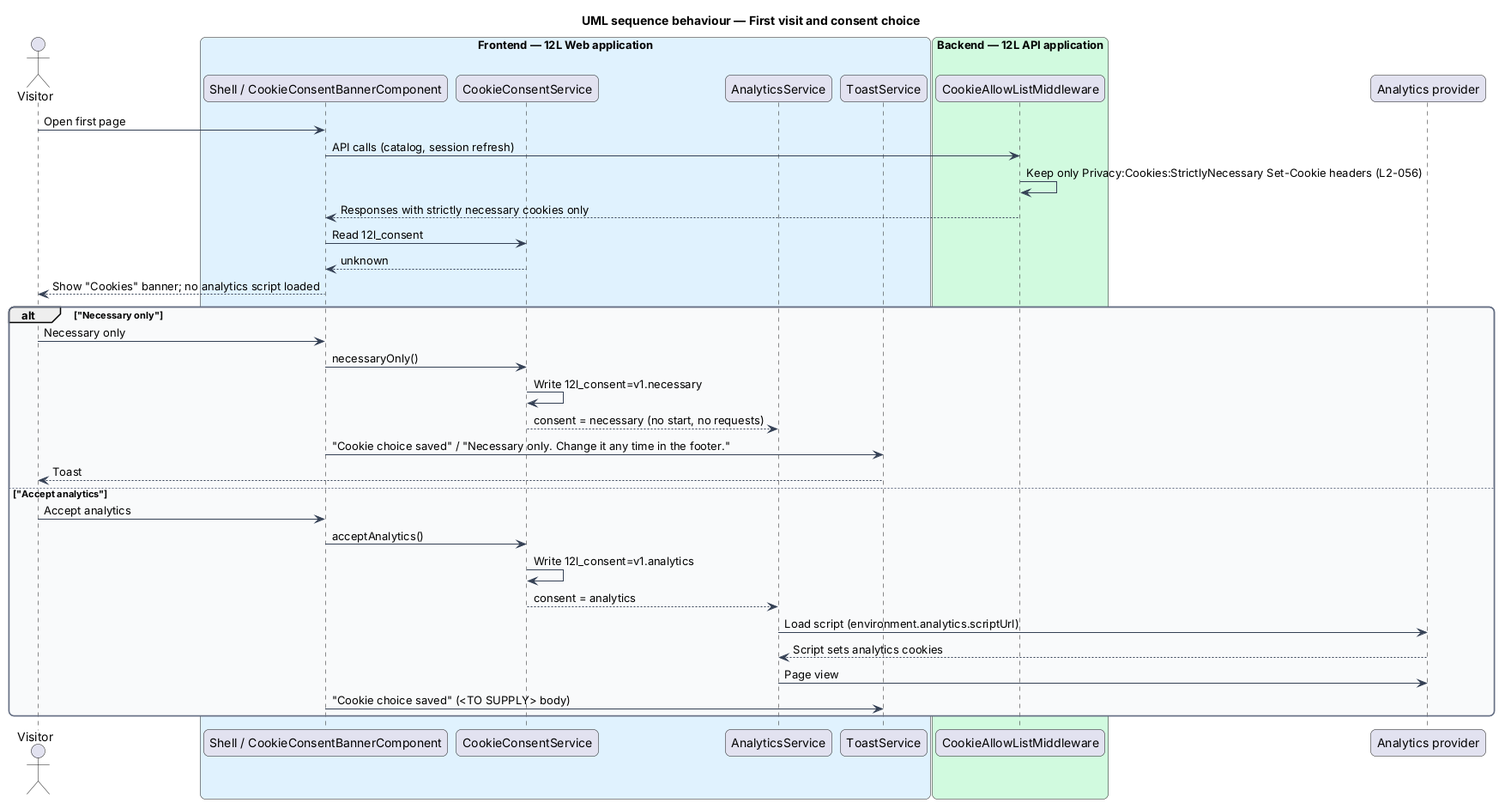
This is docs/detailed-designs/privacy/manage-cookie-consent/diagrams/sequence-first-visit.png from QuinntyneBrown/12l, a PlantUML export, as it was before one commit. The source it was exported from:
```plantuml
@startuml
title UML sequence behaviour — First visit and consent choice
skinparam backgroundColor #FFFFFF
skinparam shadowing false
skinparam roundcorner 12
skinparam defaultFontName Arial
skinparam ArrowColor #344054
skinparam rectangle {
  BorderColor #344054
  FontColor #101828
}
skinparam package {
  BorderColor #667085
  FontColor #101828
  BackgroundColor #F9FAFB
}
actor "Visitor" as actor
box "Frontend — 12L Web application" #E0F2FE
  participant "Shell / CookieConsentBannerComponent" as banner
  participant "CookieConsentService" as consent
  participant "AnalyticsService" as analytics
  participant "ToastService" as toast
end box
box "Backend — 12L API application" #D1FADF
  participant "CookieAllowListMiddleware" as mw
end box
participant "Analytics provider" as provider
actor -> banner : Open first page
banner -> mw : API calls (catalog, session refresh)
mw -> mw : Keep only Privacy:Cookies:StrictlyNecessary Set-Cookie headers (L2-056)
mw --> banner : Responses with strictly necessary cookies only
banner -> consent : Read 12l_consent
consent --> banner : unknown
banner --> actor : Show "Cookies" banner; no analytics script loaded
alt "Necessary only"
  actor -> banner : Necessary only
  banner -> consent : necessaryOnly()
  consent -> consent : Write 12l_consent=v1.necessary
  consent --> analytics : consent = necessary (no start, no requests)
  banner -> toast : "Cookie choice saved" / "Necessary only. Change it any time in the footer."
  toast --> actor : Toast
else "Accept analytics"
  actor -> banner : Accept analytics
  banner -> consent : acceptAnalytics()
  consent -> consent : Write 12l_consent=v1.analytics
  consent --> analytics : consent = analytics
  analytics -> provider : Load script (environment.analytics.scriptUrl)
  provider --> analytics : Script sets analytics cookies
  analytics -> provider : Page view
  banner -> toast : "Cookie choice saved" (<TO SUPPLY> body)
end
@enduml
```
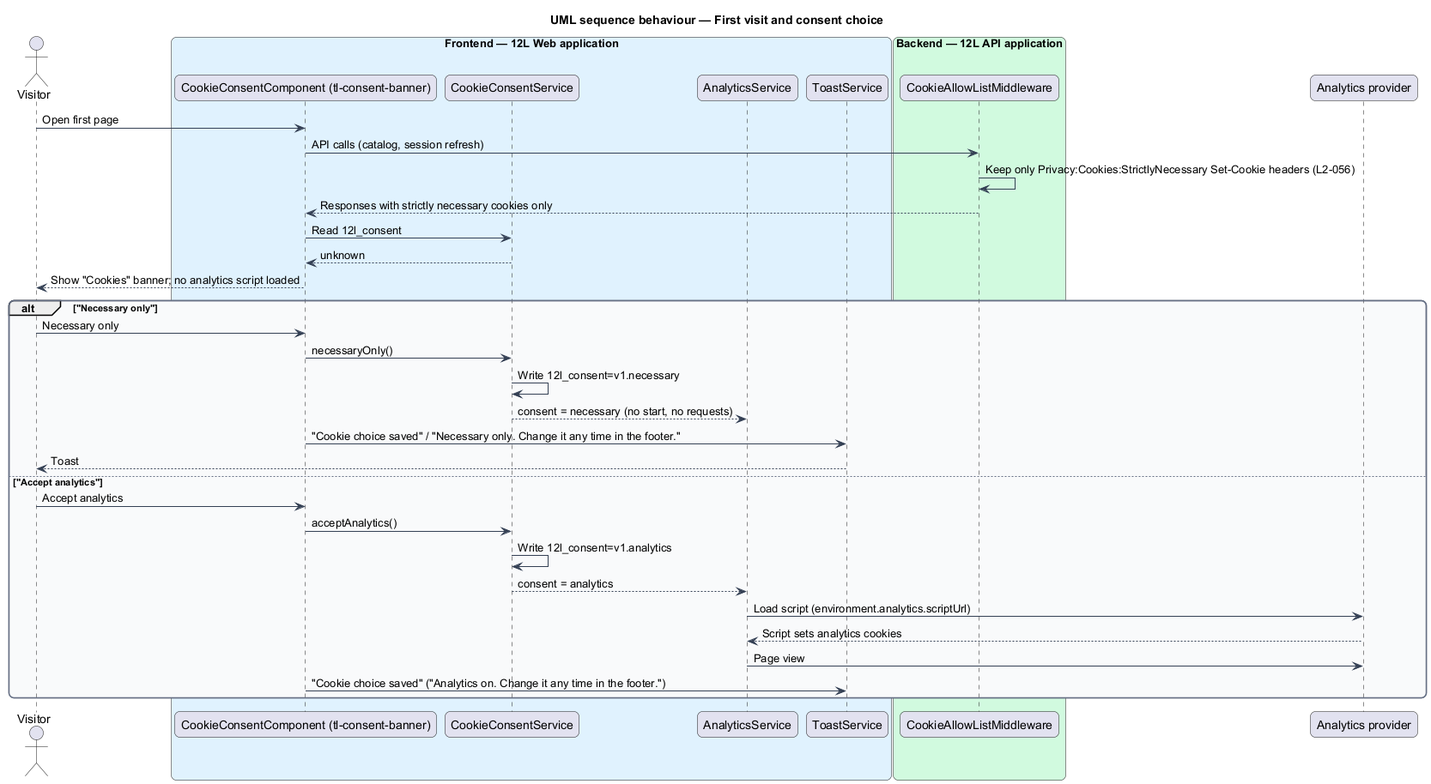
After the commit.

The edit, as a diff of the source:
```diff
@@ -16,7 +16,7 @@
 }
 actor "Visitor" as actor
 box "Frontend — 12L Web application" #E0F2FE
-  participant "Shell / CookieConsentBannerComponent" as banner
+  participant "CookieConsentComponent (tl-consent-banner)" as banner
   participant "CookieConsentService" as consent
   participant "AnalyticsService" as analytics
   participant "ToastService" as toast
@@ -47,6 +47,6 @@
   analytics -> provider : Load script (environment.analytics.scriptUrl)
   provider --> analytics : Script sets analytics cookies
   analytics -> provider : Page view
-  banner -> toast : "Cookie choice saved" (<TO SUPPLY> body)
+  banner -> toast : "Cookie choice saved" ("Analytics on. Change it any time in the footer.")
 end
 @enduml
```
